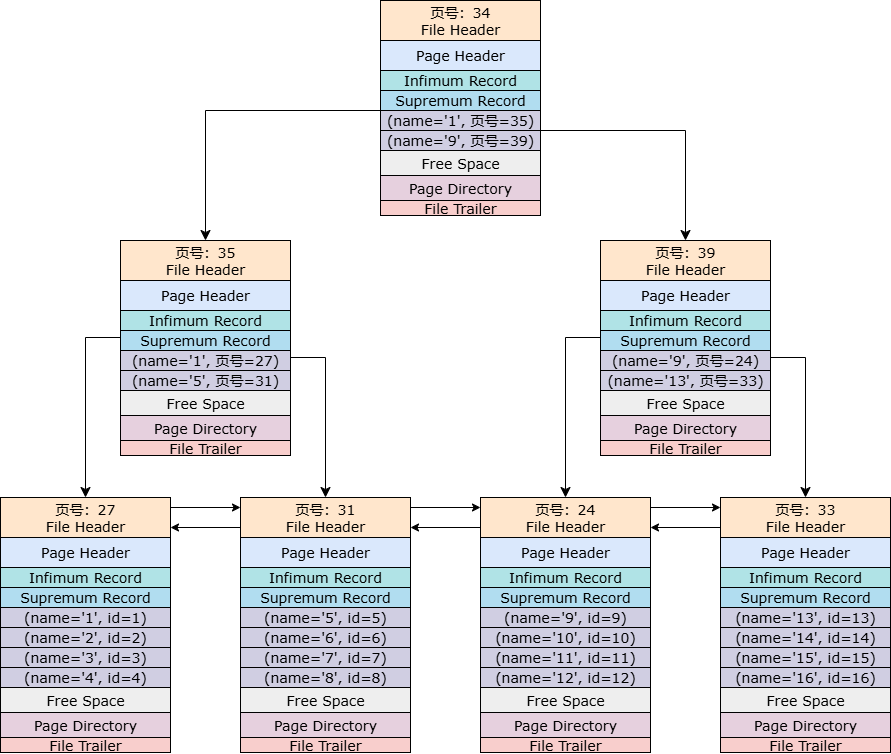
Earlier version of the draw.io export mysql/InnoDB二级索引结构.drawio.png (guxdong/imgrepo). Source tidied: cells renumbered, new cells last; positions are measured from the earlier drawing's top-left corner, leaving out a move shared by most shapes.
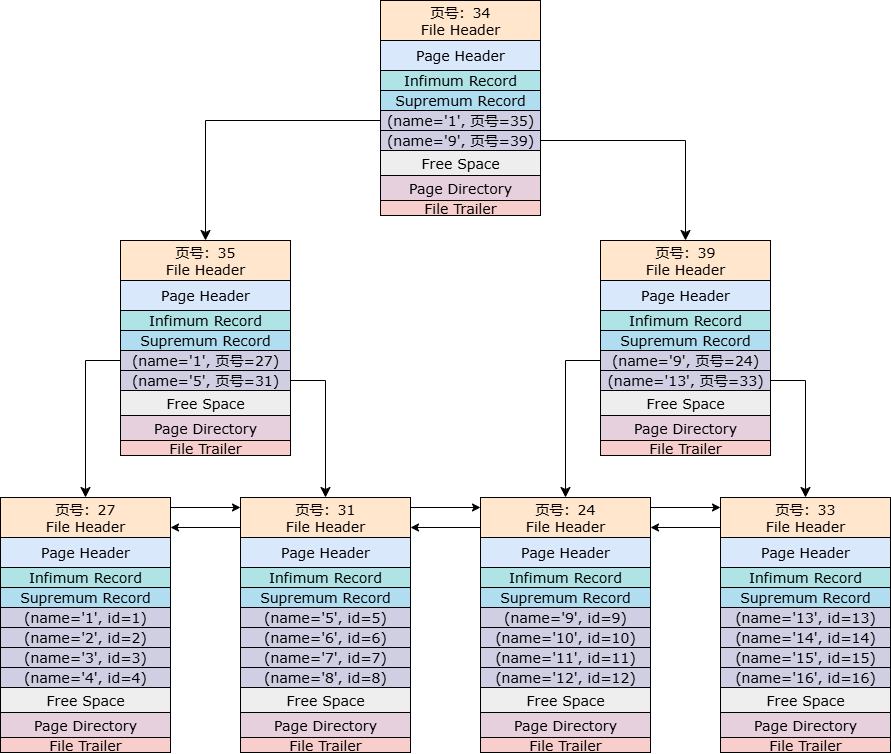
The same file after the commit.

Commit message:
更新InnoDB二级索引结构.drawio.png

What changed in the source:
```diff
@@ -218,42 +218,42 @@
     <mxCell id="73" style="edgeStyle=elbowEdgeStyle;elbow=vertical;endArrow=classic;html=1;curved=0;rounded=0;endSize=8;startSize=8;exitX=0;exitY=0.5;exitDx=0;exitDy=0;entryX=0.5;entryY=0;entryDx=0;entryDy=0;" parent="1" edge="1" source="68" target="46">
       <mxGeometry relative="1" as="geometry">
         <Array as="points">
-          <mxPoint x="290" y="110" />
+          <mxPoint x="290" y="120" />
         </Array>
       </mxGeometry>
     </mxCell>
-    <mxCell id="74" style="edgeStyle=elbowEdgeStyle;elbow=vertical;endArrow=classic;html=1;curved=0;rounded=0;endSize=8;startSize=8;exitX=1;exitY=0.5;exitDx=0;exitDy=0;" parent="1" edge="1" source="72" target="55">
+    <mxCell id="74" style="edgeStyle=elbowEdgeStyle;elbow=vertical;endArrow=classic;html=1;curved=0;rounded=0;endSize=8;startSize=8;exitX=1;exitY=0.5;exitDx=0;exitDy=0;entryX=0.5;entryY=0;entryDx=0;entryDy=0;" parent="1" edge="1" source="72" target="55">
       <mxGeometry relative="1" as="geometry">
         <Array as="points">
-          <mxPoint x="580" y="130" />
+          <mxPoint x="610" y="140" />
         </Array>
       </mxGeometry>
     </mxCell>
     <mxCell id="75" style="edgeStyle=elbowEdgeStyle;elbow=vertical;endArrow=classic;html=1;curved=0;rounded=0;endSize=8;startSize=8;entryX=0.5;entryY=0;entryDx=0;entryDy=0;exitX=0;exitY=0.5;exitDx=0;exitDy=0;" parent="1" edge="1" source="50" target="2">
       <mxGeometry relative="1" as="geometry">
         <Array as="points">
-          <mxPoint x="80" y="337" />
+          <mxPoint x="100" y="360" />
         </Array>
       </mxGeometry>
     </mxCell>
     <mxCell id="76" style="edgeStyle=elbowEdgeStyle;elbow=vertical;endArrow=classic;html=1;curved=0;rounded=0;endSize=8;startSize=8;exitX=1;exitY=0.5;exitDx=0;exitDy=0;entryX=0.5;entryY=0;entryDx=0;entryDy=0;" parent="1" edge="1" source="54" target="13">
       <mxGeometry relative="1" as="geometry">
         <Array as="points">
-          <mxPoint x="310" y="357" />
+          <mxPoint x="310" y="380" />
         </Array>
       </mxGeometry>
     </mxCell>
     <mxCell id="77" style="edgeStyle=elbowEdgeStyle;elbow=vertical;endArrow=classic;html=1;curved=0;rounded=0;endSize=8;startSize=8;exitX=0;exitY=0.5;exitDx=0;exitDy=0;entryX=0.5;entryY=0;entryDx=0;entryDy=0;" parent="1" edge="1" source="59" target="24">
       <mxGeometry relative="1" as="geometry">
         <Array as="points">
-          <mxPoint x="570" y="337" />
+          <mxPoint x="580" y="360" />
         </Array>
       </mxGeometry>
     </mxCell>
     <mxCell id="78" style="edgeStyle=elbowEdgeStyle;elbow=vertical;endArrow=classic;html=1;curved=0;rounded=0;endSize=8;startSize=8;entryX=0.5;entryY=0;entryDx=0;entryDy=0;exitX=1;exitY=0.5;exitDx=0;exitDy=0;" parent="1" edge="1" source="63" target="35">
       <mxGeometry relative="1" as="geometry">
         <Array as="points">
-          <mxPoint x="810" y="357" />
+          <mxPoint x="790" y="380" />
         </Array>
       </mxGeometry>
     </mxCell>
```
